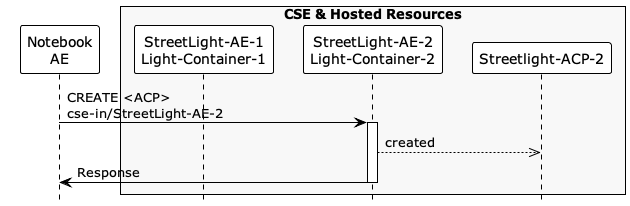
Earlier version of the PlantUML export images/05/create_acp.png (ankraft/onem2m-jupyter-notebooks).
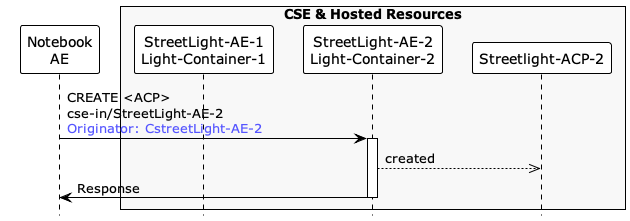
Above is the later version.

Change to the diagram source:
```diff
@@ -12,7 +12,7 @@
 
 end box
 
-AE -> container2 ++: CREATE <ACP>\ncse-in/StreetLight-AE-2
+AE -> container2 ++: CREATE <ACP>\ncse-in/StreetLight-AE-2\n<font color="#5555ff">Originator: CstreetLight-AE-2
 container2 -->> acp2: created
 AE <- container2 --: Response
 
```
